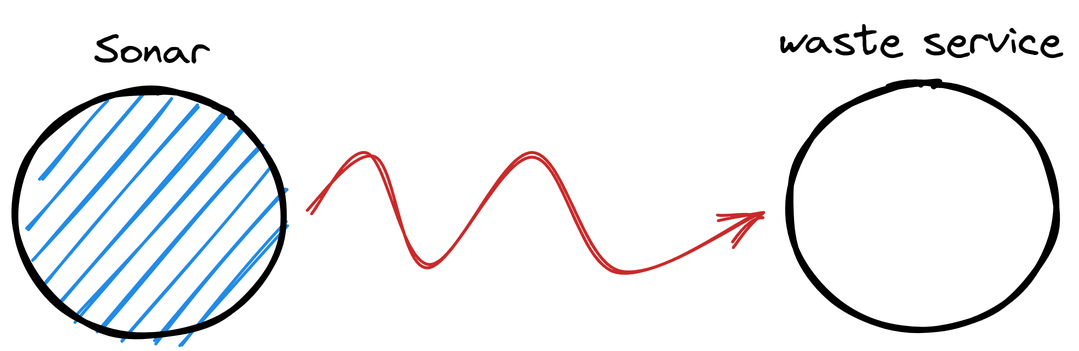
Above: images/sonar.png in GrikFreak/issTemaFinale22 (Excalidraw), before the change. Source tidied: one line per element, renumbered; positions are measured from the earlier drawing's top-left corner, leaving out a move shared by most shapes. Source of this version:
```json
{"id": 0, "type": "ellipse", "strokeColor": "#000000", "backgroundColor": "#228be6", "fillStyle": "hachure", "strokeWidth": 4, "roughness": 1, "x": 0, "y": 50, "width": 178, "height": 164}
{"id": 1, "type": "ellipse", "strokeColor": "#000000", "strokeWidth": 4, "roughness": 1, "x": 516, "y": 46, "width": 178, "height": 164}
{"id": 2, "type": "text", "text": "Sonar", "strokeColor": "#000000", "backgroundColor": "#669df6", "fillStyle": "hachure", "strokeWidth": 4, "roughness": 1, "fontSize": 28, "fontFamily": 1, "x": 53, "y": 7, "width": 77, "height": 35}
{"id": 3, "type": "text", "text": "waste service", "strokeColor": "#000000", "strokeWidth": 4, "roughness": 1, "fontSize": 28, "fontFamily": 1, "x": 509, "y": 0, "width": 190, "height": 35}
{"id": 4, "type": "arrow", "strokeColor": "#c92a2a", "backgroundColor": "#228be6", "fillStyle": "solid", "strokeWidth": 2, "roughness": 2, "endArrowhead": "arrow", "from": 0, "to": 1, "x": 197, "y": 189, "width": 296, "height": 80, "points": [[0, -57], [40, -95], [80, -21], [150, -98], [203, -19], [296, -59]]}
```
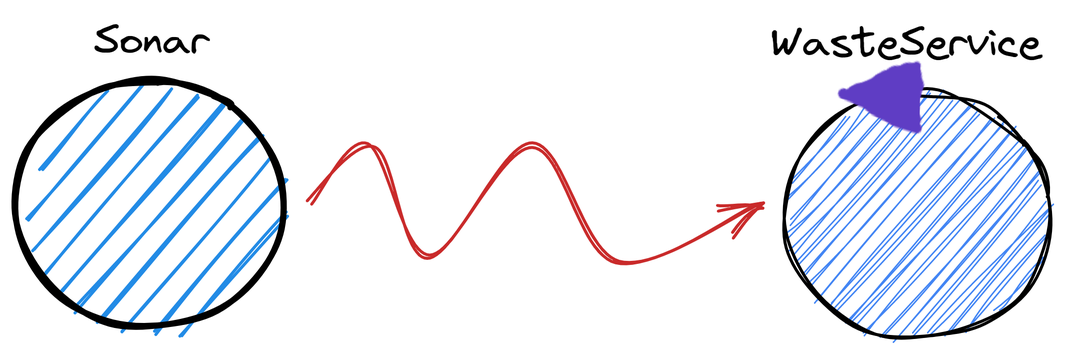
After the commit.

Diff of the diagram source:
```diff
@@ -1,5 +1,36 @@
 {"id": 0, "type": "ellipse", "strokeColor": "#000000", "backgroundColor": "#228be6", "fillStyle": "hachure", "strokeWidth": 4, "roughness": 1, "x": 0, "y": 50, "width": 178, "height": 164}
-{"id": 1, "type": "ellipse", "strokeColor": "#000000", "strokeWidth": 4, "roughness": 1, "x": 516, "y": 46, "width": 178, "height": 164}
 {"id": 2, "type": "text", "text": "Sonar", "strokeColor": "#000000", "backgroundColor": "#669df6", "fillStyle": "hachure", "strokeWidth": 4, "roughness": 1, "fontSize": 28, "fontFamily": 1, "x": 53, "y": 7, "width": 77, "height": 35}
-{"id": 3, "type": "text", "text": "waste service", "strokeColor": "#000000", "strokeWidth": 4, "roughness": 1, "fontSize": 28, "fontFamily": 1, "x": 509, "y": 0, "width": 190, "height": 35}
-{"id": 4, "type": "arrow", "strokeColor": "#c92a2a", "backgroundColor": "#228be6", "fillStyle": "solid", "strokeWidth": 2, "roughness": 2, "endArrowhead": "arrow", "from": 0, "to": 1, "x": 197, "y": 189, "width": 296, "height": 80, "points": [[0, -57], [40, -95], [80, -21], [150, -98], [203, -19], [296, -59]]}
+{"id": 4, "type": "arrow", "strokeColor": "#c92a2a", "backgroundColor": "#228be6", "fillStyle": "solid", "strokeWidth": 2, "roughness": 2, "endArrowhead": "arrow", "from": 0, "to": 5, "x": 197, "y": 132, "width": 296, "height": 80, "points": [[0, 0], [40, -38], [80, 36], [150, -41], [203, 38], [296, -2]]}
+{"id": 5, "type": "ellipse", "strokeColor": "#000000", "backgroundColor": "#4285f4", "fillStyle": "hachure", "strokeWidth": 2, "roughness": 2, "x": 512, "y": 58, "width": 178, "height": 164}
+{"id": 6, "type": "text", "text": "WasteService", "strokeColor": "#000000", "strokeWidth": 4, "roughness": 1, "fontSize": 28, "fontFamily": 1, "x": 504, "y": 8, "width": 181, "height": 35}
+{"id": 7, "type": "freedraw", "strokeColor": "#5f3dc4", "angle": 0.3, "strokeWidth": 1, "roughness": 0, "x": 620, "y": 33, "width": 42, "height": 33, "points": [[-23, 0], [-24, 1], [-24, 1], [-25, 2], [-26, 3], [-27, 4], [-30, 6], [-31, 6], [-33, 7], [-35, 8], [-36, 10], [-39, 13], [-40, 13], [-41, 14], [-43, 16], [-45, 17], [-46, 18], [-46, 19], [-46, 20], [-47, 20], [-48, 20], [-48, 21], [-48, 21], [-48, 21], [-49, 21], [-50, 22], [-51, 23], [-51, 23], [-51, 23], [-52, 23], [-52, 24], [-53, 25], [-54, 26], [-55, 27], [-56, 28], [-58, 29], [-58, 30], [-60, 30], [-60, 30], [-61, 31], [-62, 31], [-63, 32], [-64, 32], [-65, 32], [-65, 33], [-64, 33], [-64, 33]]}
+{"id": 8, "type": "freedraw", "strokeColor": "#5f3dc4", "angle": 0.3, "strokeWidth": 1, "roughness": 0, "x": 550, "y": 68, "width": 54, "height": 7, "points": [[0, 0], [1, 0], [4, 1], [6, 1], [8, 1], [11, 1], [13, 1], [15, 1], [16, 2], [18, 2], [20, 3], [21, 4], [23, 4], [24, 4], [26, 4], [29, 5], [33, 6], [36, 6], [39, 7], [40, 7], [43, 7], [45, 7], [47, 7], [49, 7], [50, 7], [52, 7], [53, 7], [54, 7]]}
+{"id": 9, "type": "line", "strokeColor": "#5f3dc4", "angle": 0.36, "strokeWidth": 4, "roughness": 0, "x": 594, "y": 42, "width": 14, "height": 39, "points": [[0, 0], [14, 39], [0, 0]]}
+{"id": 10, "type": "freedraw", "strokeColor": "#5f3dc4", "angle": 0.3, "strokeWidth": 4, "roughness": 0, "x": 581, "y": 57, "width": 0, "height": 0, "points": [[0, 0], [0, 0]]}
+{"id": 11, "type": "freedraw", "strokeColor": "#5f3dc4", "angle": 0.3, "strokeWidth": 4, "roughness": 0, "x": 587, "y": 65, "width": 0, "height": 0, "points": [[0, 0], [0, 0]]}
+{"id": 12, "type": "freedraw", "strokeColor": "#5f3dc4", "angle": 0.3, "strokeWidth": 4, "roughness": 0, "x": 593, "y": 57, "width": 0, "height": 0, "points": [[0, 0], [0, 0]]}
+{"id": 13, "type": "freedraw", "strokeColor": "#5f3dc4", "angle": 0.3, "strokeWidth": 4, "roughness": 0, "x": 588, "y": 50, "width": 0, "height": 0, "points": [[0, 0], [0, 0]]}
+{"id": 14, "type": "freedraw", "strokeColor": "#5f3dc4", "angle": 0.3, "strokeWidth": 4, "roughness": 0, "x": 596, "y": 48, "width": 0, "height": 0, "points": [[0, 0], [0, 0]]}
+{"id": 15, "type": "freedraw", "strokeColor": "#5f3dc4", "angle": 0.3, "strokeWidth": 4, "roughness": 0, "x": 586, "y": 58, "width": 0, "height": 0, "points": [[0, 0], [0, 0]]}
+{"id": 16, "type": "freedraw", "strokeColor": "#5f3dc4", "angle": 0.3, "strokeWidth": 4, "roughness": 0, "x": 593, "y": 55, "width": 0, "height": 0, "points": [[0, 0], [0, 0]]}
+{"id": 17, "type": "freedraw", "strokeColor": "#5f3dc4", "angle": 0.3, "strokeWidth": 4, "roughness": 0, "x": 592, "y": 55, "width": 0, "height": 0, "points": [[0, 0], [0, 0]]}
+{"id": 18, "type": "freedraw", "strokeColor": "#5f3dc4", "angle": 0.3, "strokeWidth": 2, "roughness": 0, "x": 582, "y": 64, "width": 0, "height": 0, "points": [[0, 0], [0, 0]]}
+{"id": 19, "type": "freedraw", "strokeColor": "#5f3dc4", "angle": 0.3, "strokeWidth": 2, "roughness": 0, "x": 599, "y": 75, "width": 7, "height": 18, "points": [[-2, -9], [-2, -7], [-2, -6], [-2, -7], [-3, -9], [-4, -11], [-4, -11], [-3, -9], [-2, -7], [-1, -6], [-1, -7], [-2, -11], [-4, -15], [-3, -17], [-1, -13], [0, -9], [0, -7], [0, -7], [-2, -9], [-4, -11], [-4, -13], [-4, -14], [-4, -16], [-4, -17], [-4, -18], [-4, -20], [-5, -21], [-5, -23], [-6, -23], [-7, -24]]}
+{"id": 20, "type": "freedraw", "strokeColor": "#5f3dc4", "angle": 0.3, "strokeWidth": 2, "roughness": 0, "x": 614, "y": 75, "width": 31, "height": 6, "points": [[-17, -3], [-18, -3], [-19, -3], [-19, -3], [-20, -4], [-21, -5], [-21, -5], [-22, -5], [-23, -6], [-24, -6], [-24, -6], [-25, -7], [-26, -7], [-26, -7], [-27, -7], [-29, -7], [-30, -7], [-31, -7], [-31, -7], [-32, -7], [-33, -7], [-33, -7], [-34, -7], [-35, -7], [-36, -7], [-36, -7], [-37, -7], [-38, -7], [-38, -7], [-39, -7], [-40, -7], [-40, -7], [-40, -7], [-41, -7], [-42, -7], [-43, -7], [-44, -8], [-45, -8], [-46, -8], [-47, -8], [-48, -8], [-48, -8], [-48, -9], [-48, -9]]}
+{"id": 21, "type": "freedraw", "strokeColor": "#5f3dc4", "angle": 0.3, "strokeWidth": 2, "roughness": 0, "x": 600, "y": 77, "width": 0, "height": 0, "points": [[0, 0], [0, 0]]}
+{"id": 22, "type": "freedraw", "strokeColor": "#5f3dc4", "angle": 0.3, "strokeWidth": 2, "roughness": 0, "x": 596, "y": 73, "width": 0, "height": 0, "points": [[0, 0], [0, 0]]}
+{"id": 23, "type": "freedraw", "strokeColor": "#5f3dc4", "angle": 0.3, "strokeWidth": 2, "roughness": 0, "x": 598, "y": 73, "width": 0, "height": 0, "points": [[0, 0], [0, 0]]}
+{"id": 24, "type": "freedraw", "strokeColor": "#5f3dc4", "angle": 0.3, "strokeWidth": 2, "roughness": 0, "x": 596, "y": 79, "width": 0, "height": 0, "points": [[0, 0], [0, 0]]}
+{"id": 25, "type": "freedraw", "strokeColor": "#5f3dc4", "angle": 0.3, "strokeWidth": 2, "roughness": 0, "x": 593, "y": 76, "width": 0, "height": 0, "points": [[0, 0], [0, 0]]}
+{"id": 26, "type": "freedraw", "strokeColor": "#5f3dc4", "angle": 0.3, "strokeWidth": 2, "roughness": 0, "x": 586, "y": 71, "width": 0, "height": 0, "points": [[0, 0], [0, 0]]}
+{"id": 27, "type": "freedraw", "strokeColor": "#5f3dc4", "angle": 0.3, "strokeWidth": 2, "roughness": 0, "x": 587, "y": 76, "width": 0, "height": 0, "points": [[0, 0], [0, 0]]}
+{"id": 28, "type": "freedraw", "strokeColor": "#5f3dc4", "angle": 0.3, "strokeWidth": 2, "roughness": 0, "x": 584, "y": 72, "width": 0, "height": 0, "points": [[0, 0], [0, 0]]}
+{"id": 29, "type": "freedraw", "strokeColor": "#5f3dc4", "angle": 0.3, "strokeWidth": 2, "roughness": 0, "x": 574, "y": 58, "width": 0, "height": 0, "points": [[0, 0], [0, 0]]}
+{"id": 30, "type": "freedraw", "strokeColor": "#5f3dc4", "angle": 0.3, "strokeWidth": 2, "roughness": 0, "x": 574, "y": 58, "width": 0, "height": 0, "points": [[0, 0], [0, 0]]}
+{"id": 31, "type": "freedraw", "strokeColor": "#5f3dc4", "angle": 0.3, "strokeWidth": 2, "roughness": 0, "x": 575, "y": 56, "width": 0, "height": 0, "points": [[0, 0], [0, 0]]}
+{"id": 32, "type": "freedraw", "strokeColor": "#5f3dc4", "angle": 0.3, "strokeWidth": 2, "roughness": 0, "x": 575, "y": 56, "width": 0, "height": 0, "points": [[0, 0], [0, 0]]}
+{"id": 33, "type": "freedraw", "strokeColor": "#5f3dc4", "angle": 0.3, "strokeWidth": 2, "roughness": 0, "x": 570, "y": 57, "width": 0, "height": 0, "points": [[0, 0], [0, 0]]}
+{"id": 34, "type": "freedraw", "strokeColor": "#5f3dc4", "angle": 0.3, "strokeWidth": 2, "roughness": 0, "x": 563, "y": 59, "width": 0, "height": 0, "points": [[0, 0], [0, 0]]}
+{"id": 35, "type": "freedraw", "strokeColor": "#5f3dc4", "angle": 0.3, "strokeWidth": 2, "roughness": 0, "x": 560, "y": 59, "width": 0, "height": 0, "points": [[0, 0], [0, 0]]}
+{"id": 36, "type": "freedraw", "strokeColor": "#5f3dc4", "angle": 0.3, "strokeWidth": 2, "roughness": 0, "x": 577, "y": 51, "width": 0, "height": 0, "points": [[0, 0], [0, 0]]}
+{"id": 37, "type": "freedraw", "strokeColor": "#5f3dc4", "angle": 0.3, "strokeWidth": 2, "roughness": 0, "x": 586, "y": 50, "width": 34, "height": 18, "points": [[-8, 0], [-8, 0], [-11, 5], [-13, 7], [-14, 8], [-16, 10], [-18, 12], [-19, 13], [-21, 14], [-19, 14], [-13, 12], [-11, 10], [-8, 10], [-5, 10], [-1, 9], [3, 9], [6, 9], [7, 12], [9, 13], [10, 16], [6, 17], [4, 17], [1, 17], [6, 14], [10, 8], [11, 3], [12, 0]]}
```
